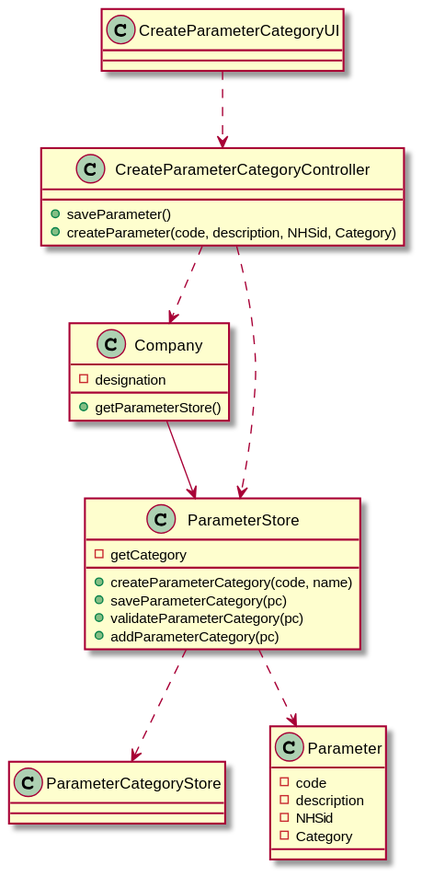
MarianaCLages/LAPR2 keeps this PlantUML diagram as docs/SprintB/US10/US10_CD.svg. Above is the earlier version. The source it was exported from:
```plantuml
@startuml

class CreateParameterCategoryUI{
}

class CreateParameterCategoryController{
+saveParameter()
+createParameter(code, description, NHSid, Category)
}

class Company{
-designation
+getParameterStore()
}


class ParameterStore{
+createParameterCategory(code, name)
+saveParameterCategory(pc)
+validateParameterCategory(pc)
+addParameterCategory(pc)
-getCategory
}

class ParameterCategoryStore{
}

class Parameter{
-code
-description
-NHSid
-Category
}
ParameterStore ..> ParameterCategoryStore
Company --> ParameterStore
CreateParameterCategoryUI ..> CreateParameterCategoryController
CreateParameterCategoryController ..> Company
CreateParameterCategoryController ..> ParameterStore
ParameterStore ..> Parameter









@enduml
```
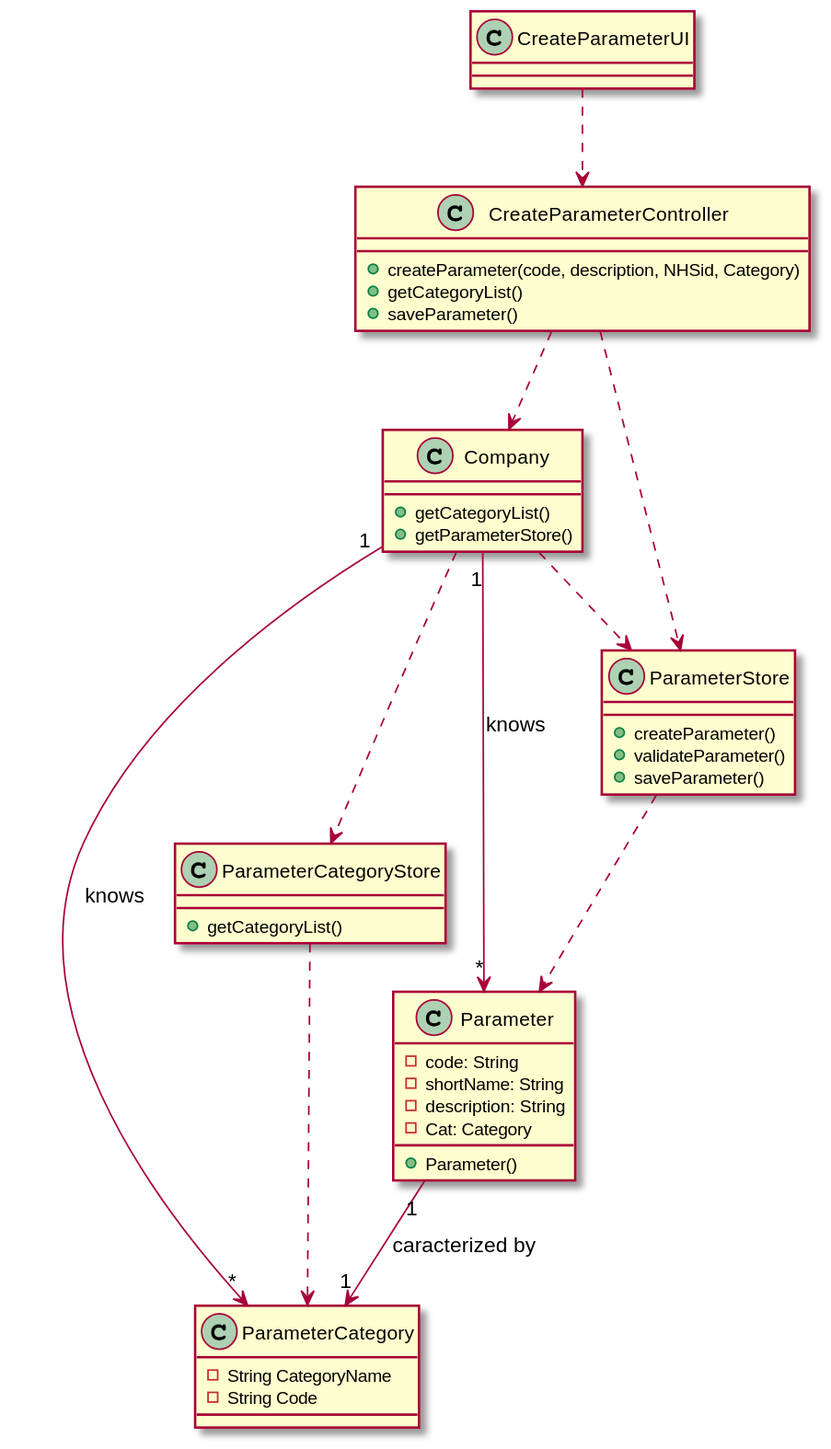
The same file after the commit.

Change to the diagram source:
```diff
@@ -1,49 +1,55 @@
 @startuml
 
-class CreateParameterCategoryUI{
-}
-
-class CreateParameterCategoryController{
-+saveParameter()
-+createParameter(code, description, NHSid, Category)
+class ParameterCategory {
+  -String CategoryName
+  -String Code
 }
 
 class Company{
--designation
++getCategoryList()
 +getParameterStore()
 }
 
+class CreateParameterController {
++createParameter(code, description, NHSid, Category)
++getCategoryList()
++saveParameter()
+}
 
-class ParameterStore{
-+createParameterCategory(code, name)
-+saveParameterCategory(pc)
-+validateParameterCategory(pc)
-+addParameterCategory(pc)
--getCategory
+class CreateParameterUI{
 }
 
 class ParameterCategoryStore{
++getCategoryList()
+}
+
+class ParameterStore{
++createParameter()
++validateParameter()
++saveParameter()
 }
 
 class Parameter{
--code
--description
--NHSid
--Category
+-code: String
+-shortName: String
+-description: String
+-Cat: Category
++Parameter()
 }
-ParameterStore ..> ParameterCategoryStore
-Company --> ParameterStore
-CreateParameterCategoryUI ..> CreateParameterCategoryController
-CreateParameterCategoryController ..> Company
-CreateParameterCategoryController ..> ParameterStore
+
+CreateParameterUI ..> CreateParameterController
+
+CreateParameterController ..> Company
+CreateParameterController ..> ParameterStore
+
+Company ..> ParameterCategoryStore
+Company ..> ParameterStore
+
 ParameterStore ..> Parameter
 
+ParameterCategoryStore ..> ParameterCategory
 
-
-
-
-
-
-
-
+Company"1" --> "*"Parameter: knows
+Company"1" --> "*"ParameterCategory: knows
+Parameter "1" --> "1" ParameterCategory: caracterized by
 @enduml
```
